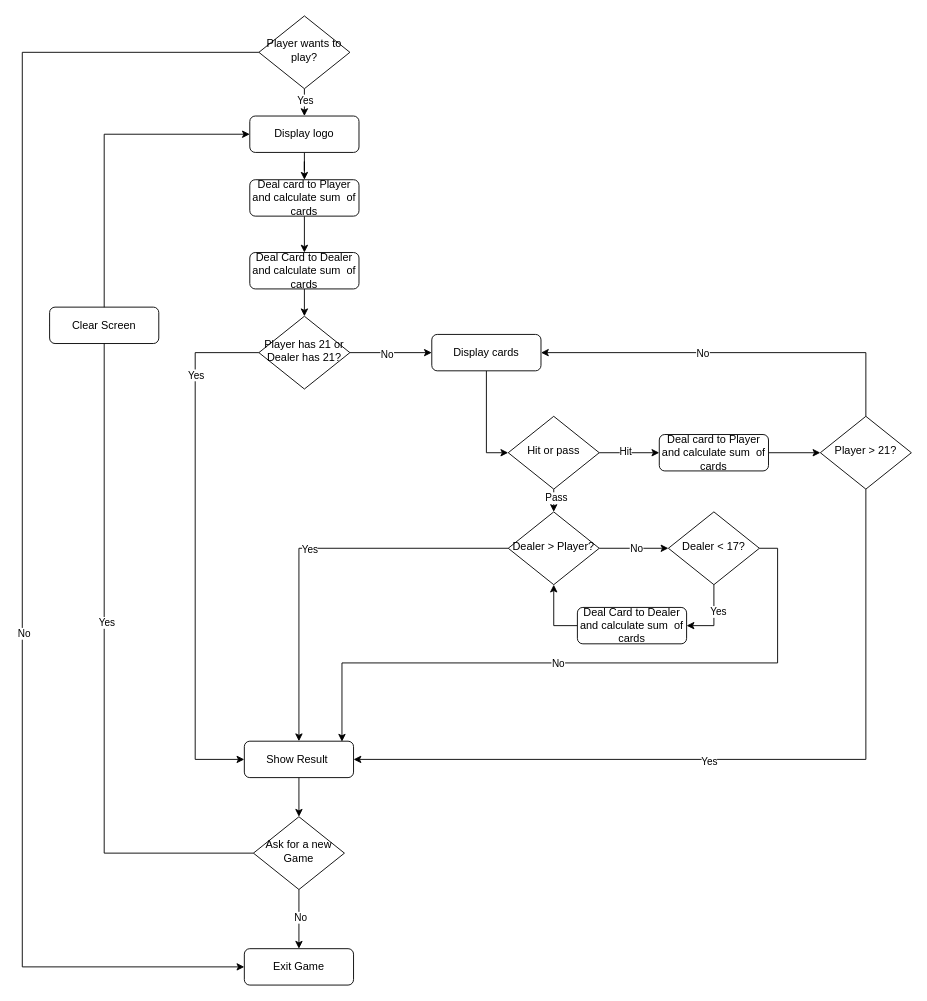
The draw.io diagram day_11_blackjack_game/project_files/flowchart_blackjack.drawio in ErkanHatipoglu/100-days-of-code, before the edit. Source tidied: cells renumbered, new cells numbered last; positions are measured from the earlier drawing's top-left corner, leaving out a move shared by most shapes. Both pictures are drawn from the tidied source at 91%, with x=0, y=0 at pixel (22, 15).
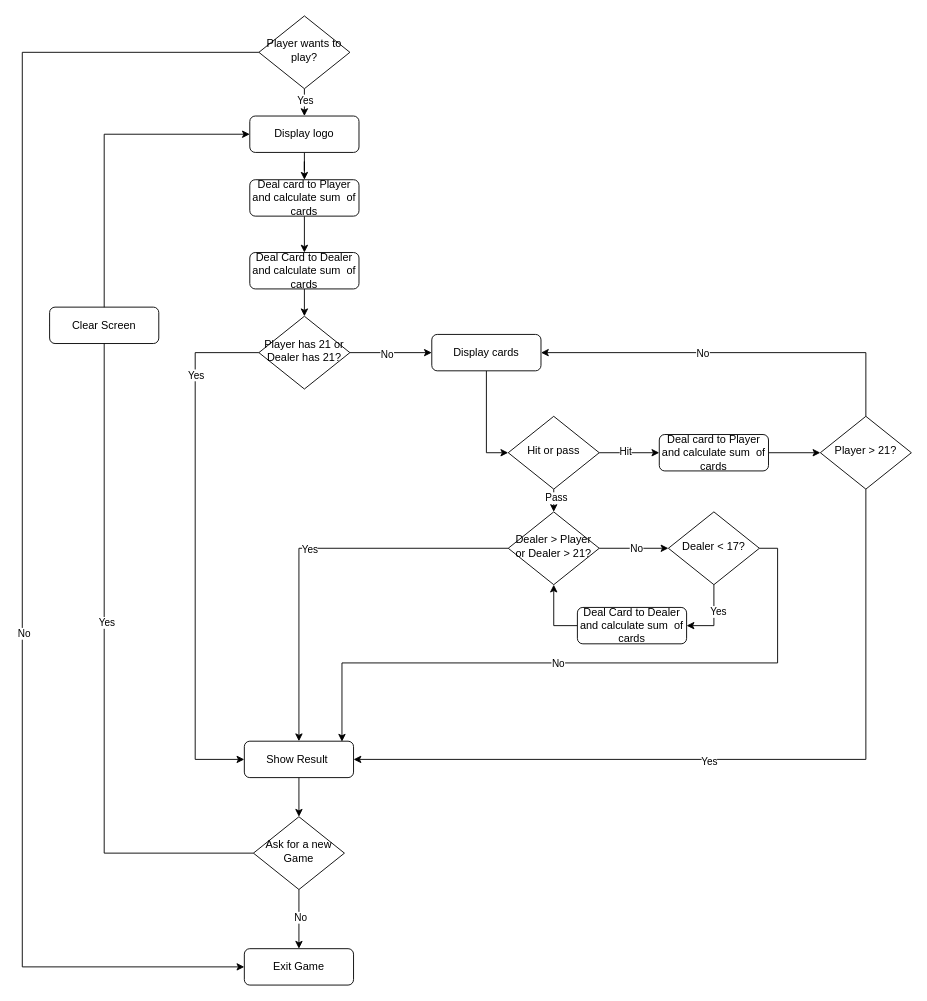
After the change.

Change to the diagram source:
```diff
@@
-    <mxCell id="39" value="Dealer &amp;gt; Player?" style="rhombus;whiteSpace=wrap;html=1;shadow=0;fontFamily=Helvetica;fontSize=12;align=center;strokeWidth=1;spacing=6;spacingTop=-4;" parent="1" vertex="1">
+    <mxCell id="39" value="Dealer &amp;gt; Player or Dealer &amp;gt; 21?" style="rhombus;whiteSpace=wrap;html=1;shadow=0;fontFamily=Helvetica;fontSize=12;align=center;strokeWidth=1;spacing=6;spacingTop=-4;" parent="1" vertex="1">
       <mxGeometry x="534" y="545" width="100" height="80" as="geometry" />
     </mxCell>
```
